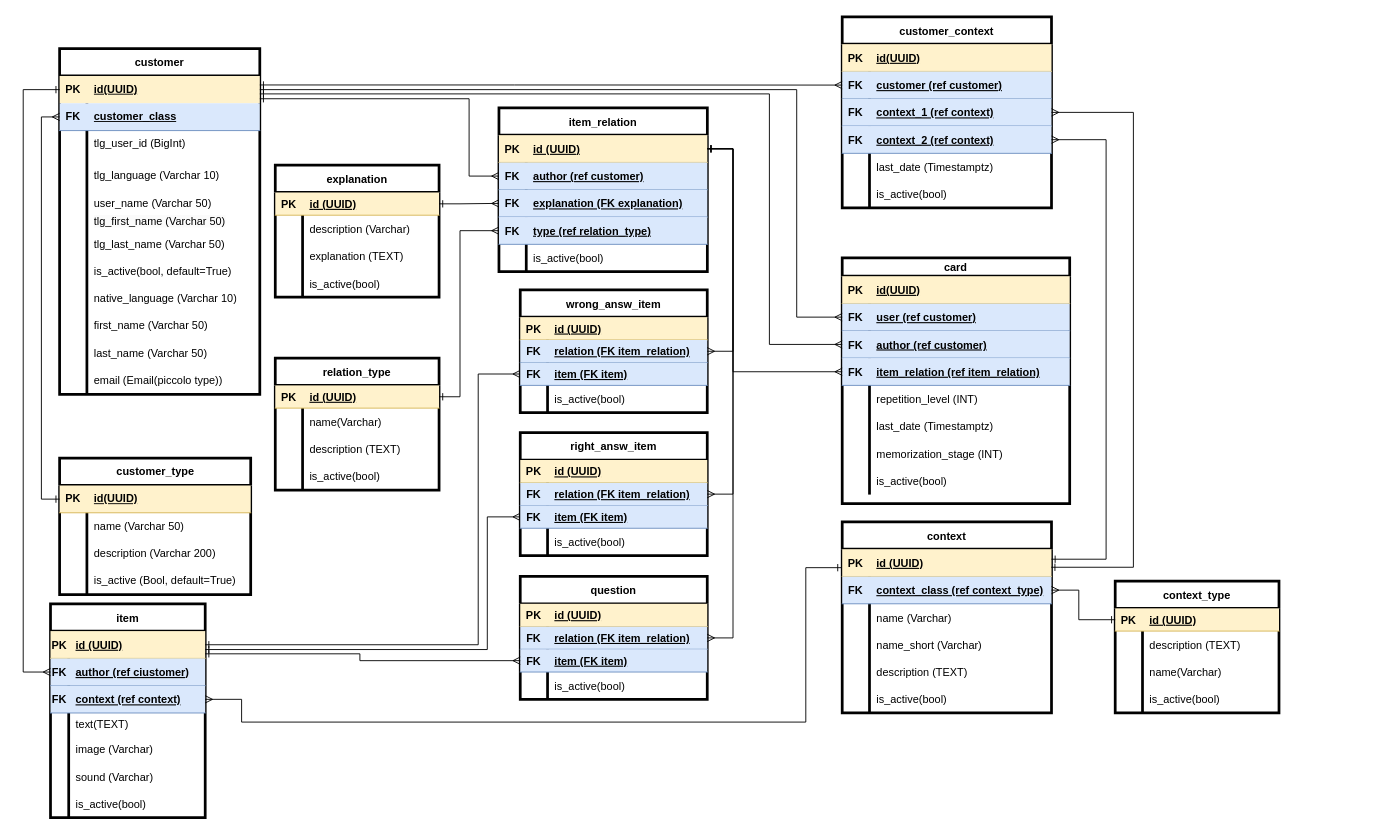
Earlier version of the draw.io diagram doc/db_structure.drawio (essayNEXT/REPETITOR). Source tidied: cells renumbered, new cells numbered last; positions are measured from the earlier drawing's top-left corner, leaving out a move shared by most shapes. Both pictures are drawn from the tidied source at 91%, with x=0, y=0 at pixel (23, 16).
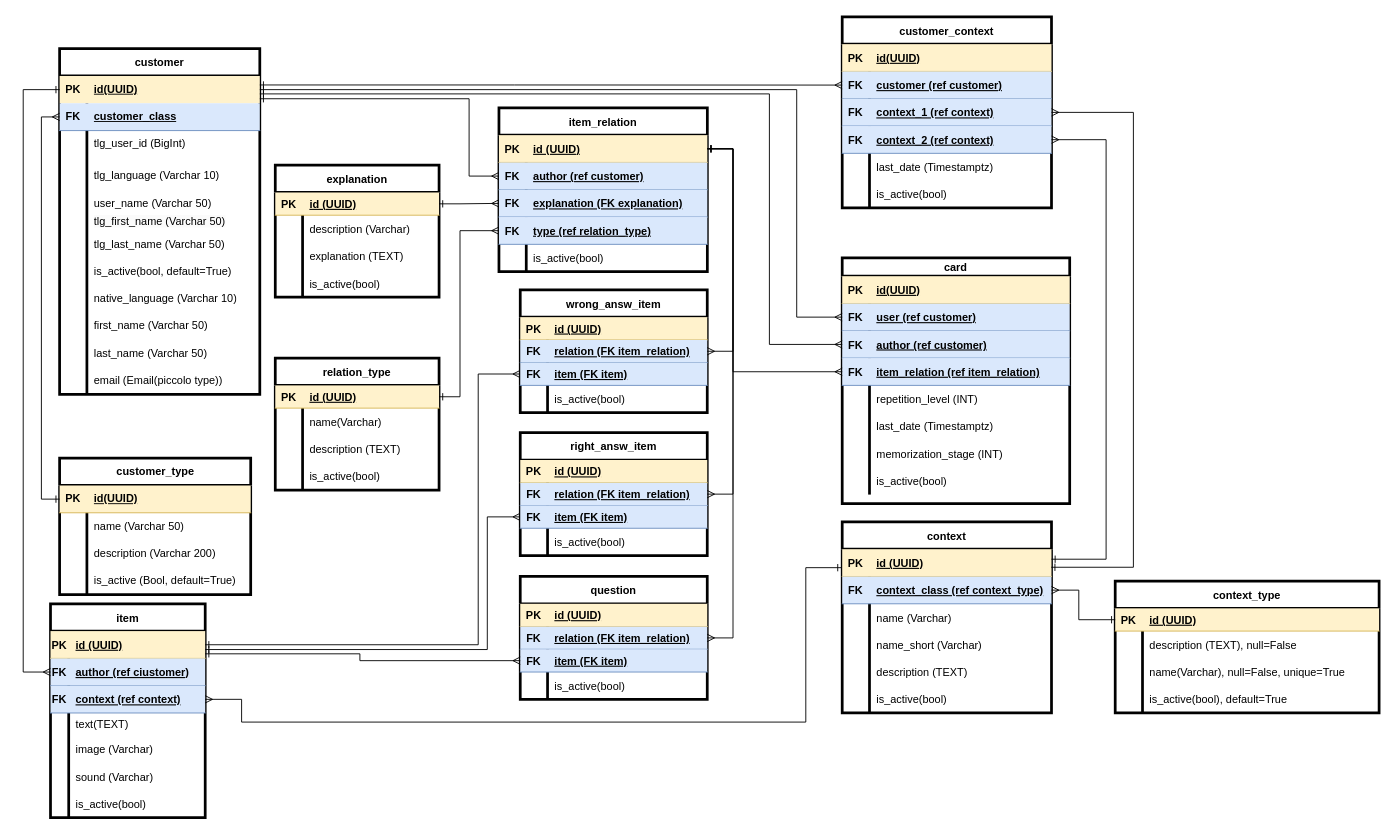
The same page after the edit.

Diff of the diagram source:
```diff
@@
     <mxCell id="154" value="context_type" style="shape=table;startSize=30;childLayout=tableLayout;rowLines=0;fontStyle=1;align=center;rounded=0;strokeWidth=3;" parent="1" vertex="1">
-      <mxGeometry x="1200" y="620" width="180" height="145" as="geometry" />
+      <mxGeometry x="1200" y="620" width="290" height="145" as="geometry" />
     </mxCell>
     <mxCell id="155" style="shape=tableRow;horizontal=0;startSize=0;swimlaneHead=0;swimlaneBody=0;fillColor=#fff2cc;points=[[0,0.5],[1,0.5]];portConstraint=eastwest;top=0;left=0;right=0;bottom=1;strokeColor=#d6b656;" parent="154" vertex="1">
-      <mxGeometry y="30" width="180" height="25" as="geometry" />
+      <mxGeometry y="30" width="290" height="25" as="geometry" />
     </mxCell>
@@
     <mxCell id="157" value="id (UUID)" style="shape=partialRectangle;fillColor=none;top=0;left=0;bottom=0;right=0;align=left;spacingLeft=6;fontStyle=5;overflow=hidden;" parent="155" vertex="1">
-      <mxGeometry x="30" width="150" height="25" as="geometry" />
+      <mxGeometry x="30" width="260" height="25" as="geometry" />
     </mxCell>
     <mxCell id="158" style="shape=tableRow;horizontal=0;startSize=0;swimlaneHead=0;swimlaneBody=0;fillColor=none;top=0;left=0;right=0;bottom=0;" parent="154" vertex="1">
-      <mxGeometry y="55" width="180" height="30" as="geometry" />
+      <mxGeometry y="55" width="290" height="30" as="geometry" />
     </mxCell>
@@
-    <mxCell id="160" value="description (TEXT)" style="shape=partialRectangle;fillColor=none;top=0;left=0;bottom=0;right=0;align=left;spacingLeft=6;overflow=hidden;" parent="158" vertex="1">
-      <mxGeometry x="30" width="150" height="30" as="geometry" />
+    <mxCell id="160" value="description (TEXT), null=False" style="shape=partialRectangle;fillColor=none;top=0;left=0;bottom=0;right=0;align=left;spacingLeft=6;overflow=hidden;" parent="158" vertex="1">
+      <mxGeometry x="30" width="260" height="30" as="geometry" />
     </mxCell>
     <mxCell id="161" style="shape=tableRow;horizontal=0;startSize=0;swimlaneHead=0;swimlaneBody=0;fillColor=none;top=0;left=0;right=0;bottom=0;" parent="154" vertex="1">
-      <mxGeometry y="85" width="180" height="30" as="geometry" />
+      <mxGeometry y="85" width="290" height="30" as="geometry" />
     </mxCell>
@@
-    <mxCell id="163" value="name(Varchar)" style="shape=partialRectangle;fillColor=none;top=0;left=0;bottom=0;right=0;align=left;spacingLeft=6;overflow=hidden;" parent="161" vertex="1">
-      <mxGeometry x="30" width="150" height="30" as="geometry" />
+    <mxCell id="163" value="name(Varchar), null=False, unique=True" style="shape=partialRectangle;fillColor=none;top=0;left=0;bottom=0;right=0;align=left;spacingLeft=6;overflow=hidden;" parent="161" vertex="1">
+      <mxGeometry x="30" width="260" height="30" as="geometry" />
     </mxCell>
     <mxCell id="164" style="shape=tableRow;horizontal=0;startSize=0;swimlaneHead=0;swimlaneBody=0;fillColor=none;top=0;left=0;right=0;bottom=0;" parent="154" vertex="1">
-      <mxGeometry y="115" width="180" height="30" as="geometry" />
+      <mxGeometry y="115" width="290" height="30" as="geometry" />
     </mxCell>
@@
-    <mxCell id="166" value="is_active(bool)" style="shape=partialRectangle;fillColor=none;top=0;left=0;bottom=0;right=0;align=left;spacingLeft=6;overflow=hidden;" parent="164" vertex="1">
-      <mxGeometry x="30" width="150" height="30" as="geometry" />
+    <mxCell id="166" value="is_active(bool), default=True" style="shape=partialRectangle;fillColor=none;top=0;left=0;bottom=0;right=0;align=left;spacingLeft=6;overflow=hidden;" parent="164" vertex="1">
+      <mxGeometry x="30" width="260" height="30" as="geometry" />
     </mxCell>
```
